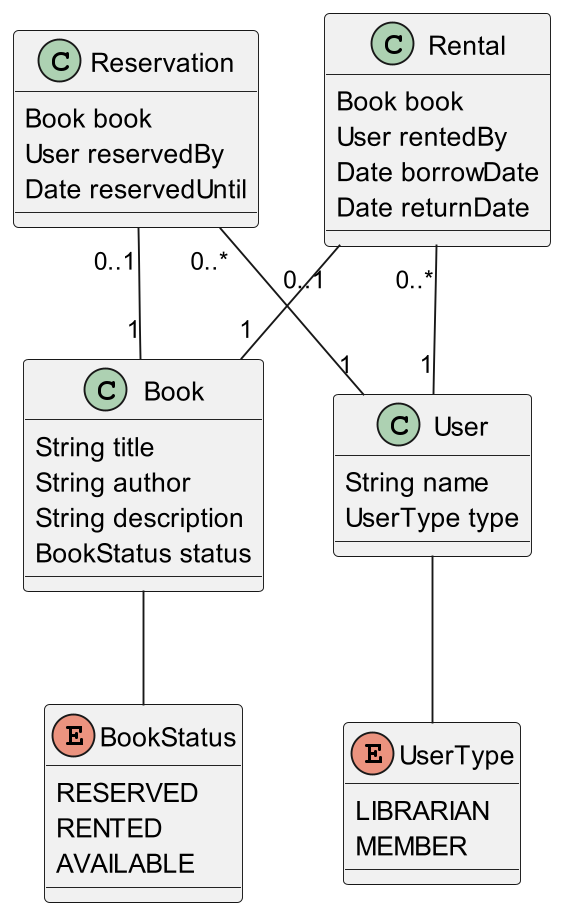
The PlantUML diagram puml/classDiagram.png in Crytastic/library-management-system, before a commit.
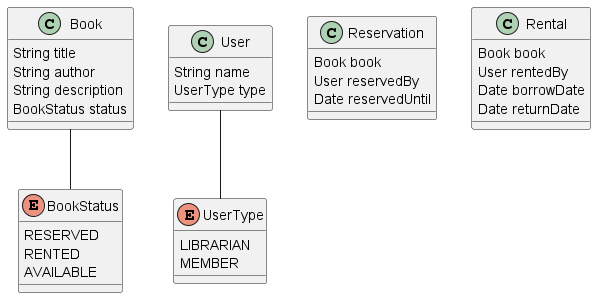
Above is the later version.

Commit message:
Remove links inside class diagram

Change to the diagram source:
```diff
@@ -38,9 +38,6 @@
 
 Book -- BookStatus
 User -- UserType
-Rental "0..1" -- "1" Book
-Reservation "0..1" -- "1" Book
-Rental "0..*" -- "1" User
-Reservation "0..*" -- "1" User
+
 
 @enduml
```
